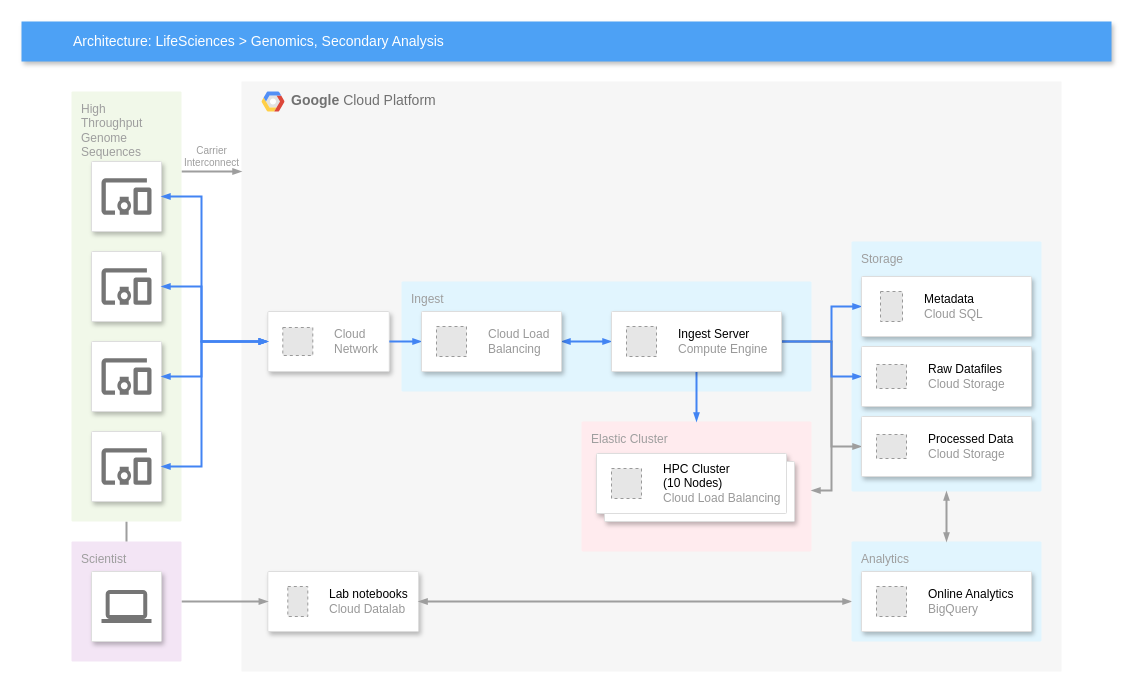
Earlier version of the draw.io diagram apiGw.drawio (AXS07/draw.io). Source tidied: cells renumbered, new cells numbered last; positions are measured from the earlier drawing's top-left corner, leaving out a move shared by most shapes. Both pictures are drawn from the tidied source at 100%, with x=0, y=0 at pixel (21, 21). Pictures stored in the file or linked from it are replaced by grey dashed boxes.
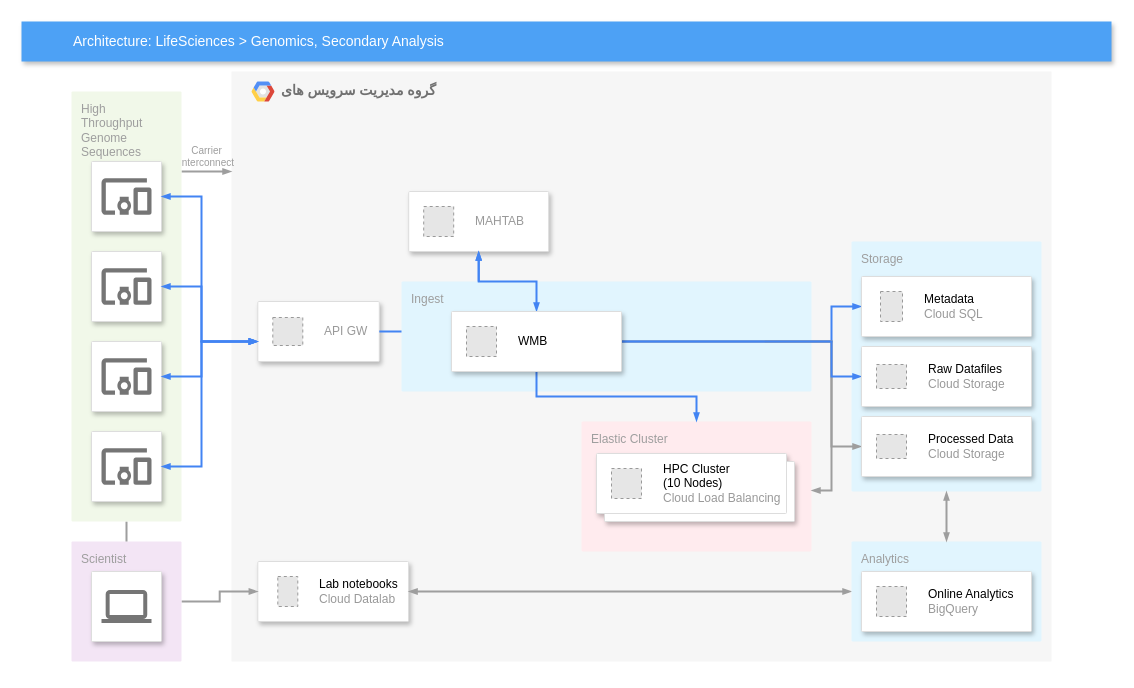
Above is the later version.

Unchanged cells that the change refers to:
```xml
<mxCell id="4" style="strokeColor=#dddddd;shadow=1;strokeWidth=1;rounded=1;absoluteArcSize=1;arcSize=2;" parent="2" vertex="1">
  <mxGeometry x="26.3" y="230" width="121.5" height="60" as="geometry" />
</mxCell>
```

Change to the diagram source:
```diff
@@
-    <mxCell id="2" value="&lt;b&gt;Google &lt;/b&gt;Cloud Platform" style="fillColor=#F6F6F6;strokeColor=none;shadow=0;gradientColor=none;fontSize=14;align=left;spacing=10;fontColor=#717171;9E9E9E;verticalAlign=top;spacingTop=-4;fontStyle=0;spacingLeft=40;html=1;" parent="1" vertex="1">
-      <mxGeometry x="220" y="60" width="820" height="590" as="geometry" />
+    <mxCell id="2" value="&lt;b&gt;گروه مدیریت سرویس های&lt;/b&gt;" style="fillColor=#F6F6F6;strokeColor=none;shadow=0;gradientColor=none;fontSize=14;align=left;spacing=10;fontColor=#717171;9E9E9E;verticalAlign=top;spacingTop=-4;fontStyle=0;spacingLeft=40;html=1;" parent="1" vertex="1">
+      <mxGeometry x="210" y="50" width="820" height="590" as="geometry" />
     </mxCell>
@@
-    <mxCell id="5" value="Cloud&#10;Network" style="fillColor=#E6E6E6;strokeColor=#999999;dashed=1;html=1;fontColor=#999999;verticalLabelPosition=middle;verticalAlign=middle;labelPosition=right;align=left;spacingLeft=20;" parent="4" vertex="1">
+    <mxCell id="5" value="API GW" style="fillColor=#E6E6E6;strokeColor=#999999;dashed=1;html=1;fontColor=#999999;verticalLabelPosition=middle;verticalAlign=middle;labelPosition=right;align=left;spacingLeft=20;" parent="4" vertex="1">
       <mxGeometry width="30" height="28" relative="1" as="geometry">
         <mxPoint x="15" y="16" as="offset" />
       </mxGeometry>
     </mxCell>
@@
+    <mxCell id="41" style="strokeColor=#dddddd;shadow=1;strokeWidth=1;rounded=1;absoluteArcSize=1;arcSize=2;" parent="2" vertex="1">
+      <mxGeometry x="177.2" y="120" width="140" height="60" as="geometry" />
+    </mxCell>
+    <mxCell id="42" value="MAHTAB" style="fillColor=#E6E6E6;strokeColor=#999999;dashed=1;html=1;fontColor=#999999;verticalLabelPosition=middle;verticalAlign=middle;labelPosition=right;align=left;spacingLeft=20;" parent="41" vertex="1">
+      <mxGeometry width="30" height="30" relative="1" as="geometry">
+        <mxPoint x="15" y="15" as="offset" />
+      </mxGeometry>
+    </mxCell>
+    <mxCell id="31" style="edgeStyle=orthogonalEdgeStyle;rounded=0;html=1;labelBackgroundColor=none;startFill=1;startSize=4;endArrow=blockThin;endFill=1;endSize=4;jettySize=auto;strokeColor=#4284F3;strokeWidth=2;fontSize=12;fontColor=#000000;align=left;dashed=0;" parent="2" edge="1" source="4" target="41">
+      <mxGeometry relative="1" as="geometry" />
+    </mxCell>
@@
-    <mxCell id="31" style="edgeStyle=orthogonalEdgeStyle;rounded=0;html=1;labelBackgroundColor=none;startFill=1;startSize=4;endArrow=blockThin;endFill=1;endSize=4;jettySize=auto;strokeColor=#4284F3;strokeWidth=2;fontSize=12;fontColor=#000000;align=left;dashed=0;" parent="1" edge="1" source="4" target="41">
-      <mxGeometry relative="1" as="geometry" />
-    </mxCell>
@@
-    <mxCell id="41" style="strokeColor=#dddddd;shadow=1;strokeWidth=1;rounded=1;absoluteArcSize=1;arcSize=2;" parent="1" vertex="1">
-      <mxGeometry x="400" y="290" width="140" height="60" as="geometry" />
-    </mxCell>
-    <mxCell id="42" value="Cloud Load&#10;Balancing" style="fillColor=#E6E6E6;strokeColor=#999999;dashed=1;html=1;fontColor=#999999;verticalLabelPosition=middle;verticalAlign=middle;labelPosition=right;align=left;spacingLeft=20;" parent="41" vertex="1">
-      <mxGeometry width="30" height="30" relative="1" as="geometry">
-        <mxPoint x="15" y="15" as="offset" />
-      </mxGeometry>
-    </mxCell>
     <mxCell id="43" style="strokeColor=#dddddd;shadow=1;strokeWidth=1;rounded=1;absoluteArcSize=1;arcSize=2;" parent="1" vertex="1">
-      <mxGeometry x="590" y="290" width="170" height="60" as="geometry" />
+      <mxGeometry x="430" y="290" width="170" height="60" as="geometry" />
     </mxCell>
-    <mxCell id="44" value="&lt;font color=&quot;#000000&quot;&gt;Ingest Server&lt;/font&gt;&lt;br&gt;Compute Engine" style="fillColor=#E6E6E6;strokeColor=#999999;dashed=1;html=1;fontColor=#999999;verticalLabelPosition=middle;verticalAlign=middle;labelPosition=right;align=left;spacingLeft=20;" parent="43" vertex="1">
+    <mxCell id="44" value="&lt;font color=&quot;#000000&quot;&gt;WMB&lt;/font&gt;" style="fillColor=#E6E6E6;strokeColor=#999999;dashed=1;html=1;fontColor=#999999;verticalLabelPosition=middle;verticalAlign=middle;labelPosition=right;align=left;spacingLeft=20;" parent="43" vertex="1">
       <mxGeometry width="30" height="30" relative="1" as="geometry">
         <mxPoint x="15" y="15" as="offset" />
       </mxGeometry>
     </mxCell>
```
